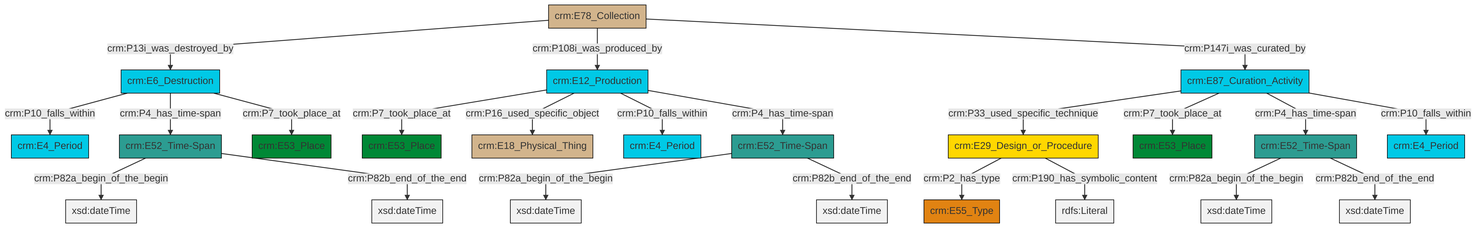
The Mermaid diagram et/archivalCSV/ttl/mmd/png/archival_existence.png in swiss-art-research-net/docs.swissartresearch, before a commit. Its source is kept beside it as et/archivalCSV/ttl/mmd/archival_existence.ttl.mmd.
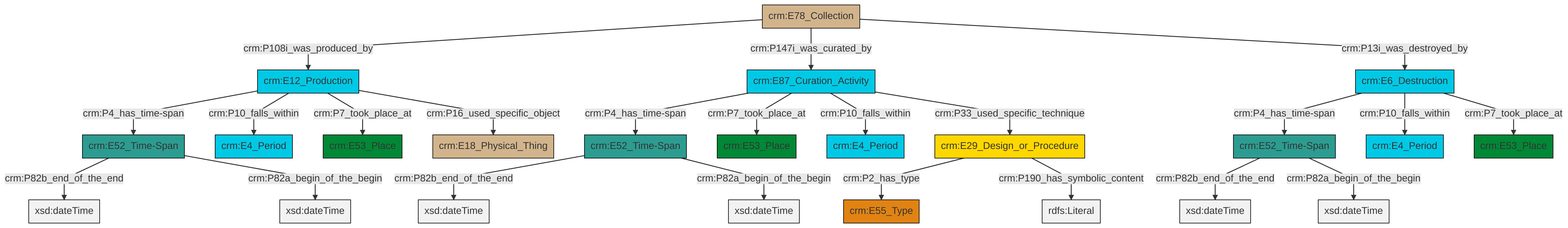
Later version of the same file.

Diff of the diagram source:
```diff
@@ -14,24 +14,24 @@
 classDef Multi fill:#cccccc,stroke:#000000;
 
 4["crm:E29_Design_or_Procedure"]:::Conceptual_Object -->|crm:P2_has_type| 5["crm:E55_Type"]:::Type
-6["crm:E52_Time-Span"]:::Time-Span -->|crm:P82a_begin_of_the_begin| 7[xsd:dateTime]:::Literal
-8["crm:E78_Collection"]:::Physical_Thing -->|crm:P13i_was_destroyed_by| 9["crm:E6_Destruction"]:::Temporal_Entity
-13["crm:E12_Production"]:::Temporal_Entity -->|crm:P7_took_place_at| 14["crm:E53_Place"]:::Place
-8["crm:E78_Collection"]:::Physical_Thing -->|crm:P108i_was_produced_by| 13["crm:E12_Production"]:::Temporal_Entity
-0["crm:E52_Time-Span"]:::Time-Span -->|crm:P82a_begin_of_the_begin| 15[xsd:dateTime]:::Literal
+0["crm:E6_Destruction"]:::Temporal_Entity -->|crm:P4_has_time-span| 10["crm:E52_Time-Span"]:::Time-Span
+8["crm:E52_Time-Span"]:::Time-Span -->|crm:P82b_end_of_the_end| 11[xsd:dateTime]:::Literal
+2["crm:E87_Curation_Activity"]:::Temporal_Entity -->|crm:P4_has_time-span| 12["crm:E52_Time-Span"]:::Time-Span
+0["crm:E6_Destruction"]:::Temporal_Entity -->|crm:P10_falls_within| 6["crm:E4_Period"]:::Temporal_Entity
+14["crm:E12_Production"]:::Temporal_Entity -->|crm:P4_has_time-span| 8["crm:E52_Time-Span"]:::Time-Span
+2["crm:E87_Curation_Activity"]:::Temporal_Entity -->|crm:P7_took_place_at| 19["crm:E53_Place"]:::Place
+15["crm:E78_Collection"]:::Physical_Thing -->|crm:P108i_was_produced_by| 14["crm:E12_Production"]:::Temporal_Entity
+0["crm:E6_Destruction"]:::Temporal_Entity -->|crm:P7_took_place_at| 21["crm:E53_Place"]:::Place
+12["crm:E52_Time-Span"]:::Time-Span -->|crm:P82b_end_of_the_end| 22[xsd:dateTime]:::Literal
+12["crm:E52_Time-Span"]:::Time-Span -->|crm:P82a_begin_of_the_begin| 23[xsd:dateTime]:::Literal
+10["crm:E52_Time-Span"]:::Time-Span -->|crm:P82b_end_of_the_end| 24[xsd:dateTime]:::Literal
+4["crm:E29_Design_or_Procedure"]:::Conceptual_Object -->|crm:P190_has_symbolic_content| 25[rdfs:Literal]:::Literal
+10["crm:E52_Time-Span"]:::Time-Span -->|crm:P82a_begin_of_the_begin| 26[xsd:dateTime]:::Literal
+14["crm:E12_Production"]:::Temporal_Entity -->|crm:P10_falls_within| 17["crm:E4_Period"]:::Temporal_Entity
+2["crm:E87_Curation_Activity"]:::Temporal_Entity -->|crm:P10_falls_within| 29["crm:E4_Period"]:::Temporal_Entity
+8["crm:E52_Time-Span"]:::Time-Span -->|crm:P82a_begin_of_the_begin| 31[xsd:dateTime]:::Literal
+14["crm:E12_Production"]:::Temporal_Entity -->|crm:P7_took_place_at| 36["crm:E53_Place"]:::Place
+14["crm:E12_Production"]:::Temporal_Entity -->|crm:P16_used_specific_object| 27["crm:E18_Physical_Thing"]:::Physical_Thing
+15["crm:E78_Collection"]:::Physical_Thing -->|crm:P147i_was_curated_by| 2["crm:E87_Curation_Activity"]:::Temporal_Entity
 2["crm:E87_Curation_Activity"]:::Temporal_Entity -->|crm:P33_used_specific_technique| 4["crm:E29_Design_or_Procedure"]:::Conceptual_Object
-8["crm:E78_Collection"]:::Physical_Thing -->|crm:P147i_was_curated_by| 2["crm:E87_Curation_Activity"]:::Temporal_Entity
-6["crm:E52_Time-Span"]:::Time-Span -->|crm:P82b_end_of_the_end| 18[xsd:dateTime]:::Literal
-9["crm:E6_Destruction"]:::Temporal_Entity -->|crm:P10_falls_within| 10["crm:E4_Period"]:::Temporal_Entity
-9["crm:E6_Destruction"]:::Temporal_Entity -->|crm:P4_has_time-span| 19["crm:E52_Time-Span"]:::Time-Span
-2["crm:E87_Curation_Activity"]:::Temporal_Entity -->|crm:P7_took_place_at| 16["crm:E53_Place"]:::Place
-19["crm:E52_Time-Span"]:::Time-Span -->|crm:P82a_begin_of_the_begin| 21[xsd:dateTime]:::Literal
-13["crm:E12_Production"]:::Temporal_Entity -->|crm:P16_used_specific_object| 22["crm:E18_Physical_Thing"]:::Physical_Thing
-13["crm:E12_Production"]:::Temporal_Entity -->|crm:P10_falls_within| 26["crm:E4_Period"]:::Temporal_Entity
-13["crm:E12_Production"]:::Temporal_Entity -->|crm:P4_has_time-span| 6["crm:E52_Time-Span"]:::Time-Span
-19["crm:E52_Time-Span"]:::Time-Span -->|crm:P82b_end_of_the_end| 29[xsd:dateTime]:::Literal
-2["crm:E87_Curation_Activity"]:::Temporal_Entity -->|crm:P4_has_time-span| 0["crm:E52_Time-Span"]:::Time-Span
-4["crm:E29_Design_or_Procedure"]:::Conceptual_Object -->|crm:P190_has_symbolic_content| 33[rdfs:Literal]:::Literal
-0["crm:E52_Time-Span"]:::Time-Span -->|crm:P82b_end_of_the_end| 36[xsd:dateTime]:::Literal
-9["crm:E6_Destruction"]:::Temporal_Entity -->|crm:P7_took_place_at| 23["crm:E53_Place"]:::Place
-2["crm:E87_Curation_Activity"]:::Temporal_Entity -->|crm:P10_falls_within| 34["crm:E4_Period"]:::Temporal_Entity
+15["crm:E78_Collection"]:::Physical_Thing -->|crm:P13i_was_destroyed_by| 0["crm:E6_Destruction"]:::Temporal_Entity
```
